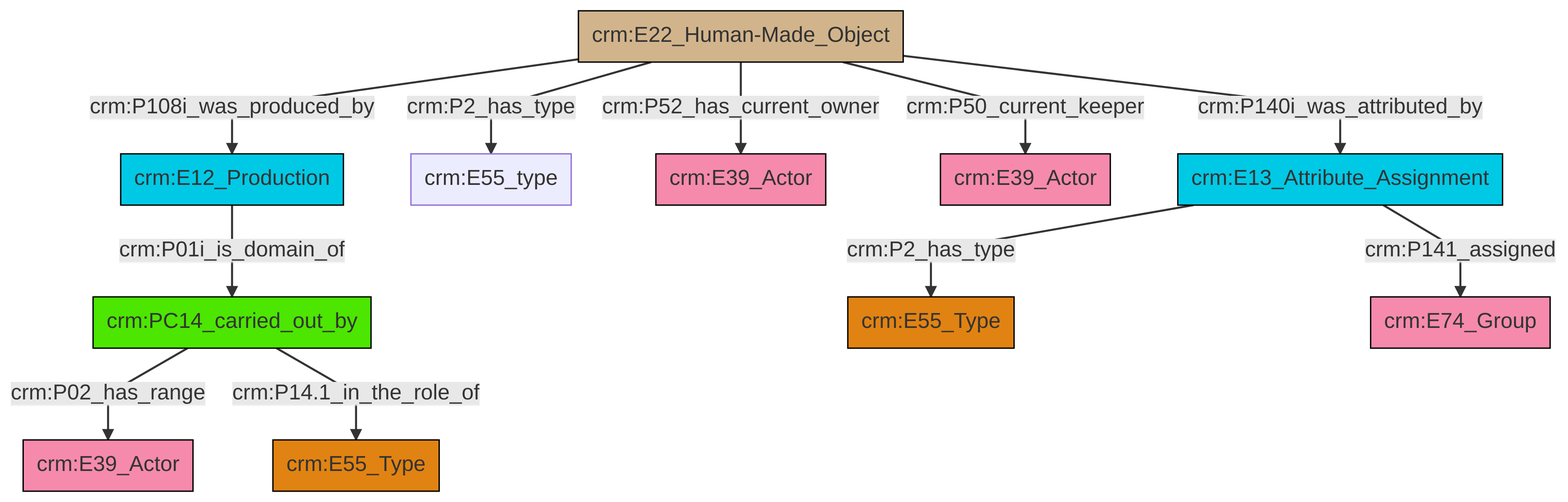
Before: et/artworkCSV/ttl/mmd/png/Artwork_Actor_Relations.png, a diagram exported from Mermaid (swiss-art-research-net/reference-data-models). Its source is kept beside it as et/artworkCSV/ttl/mmd/Artwork_Actor_Relations.ttl.mmd.
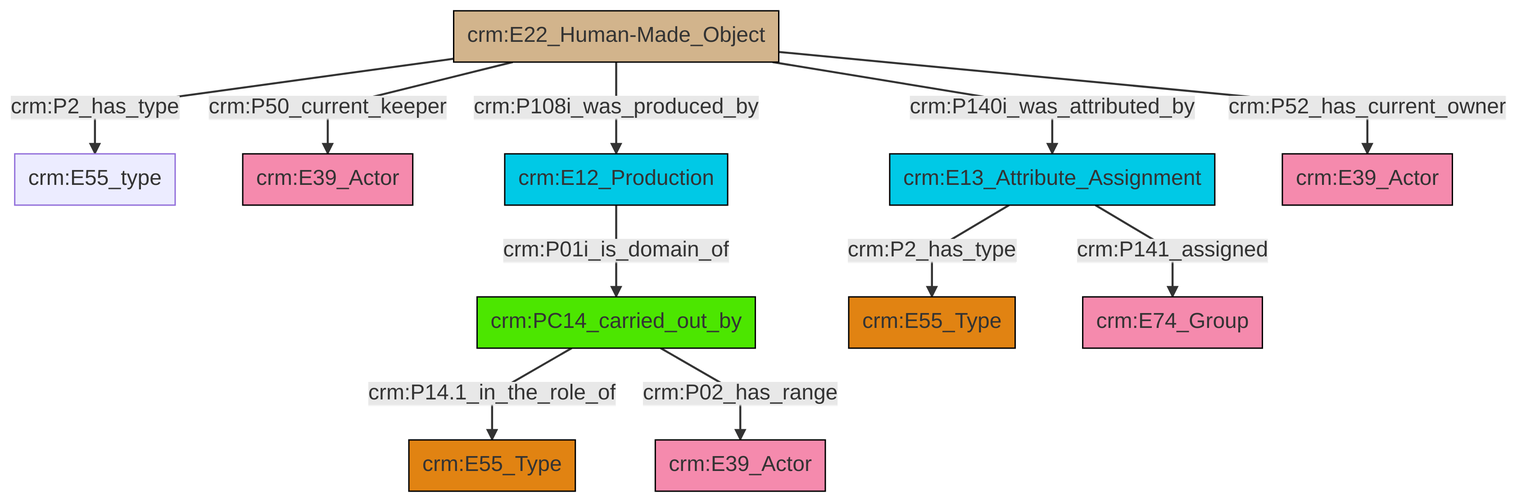
After the commit.

Diff of the diagram source:
```diff
@@ -13,13 +13,13 @@
 classDef PC_Classes fill:#4ce600, stroke:#000000;
 classDef Multi fill:#cccccc,stroke:#000000;
 
-2["crm:E13_Attribute_Assignment"]:::Temporal_Entity -->|crm:P2_has_type| 3["crm:E55_Type"]:::Type
-4["crm:E22_Human-Made_Object"]:::Physical_Thing -->|crm:P108i_was_produced_by| 5["crm:E12_Production"]:::Temporal_Entity
-5["crm:E12_Production"]:::Temporal_Entity -->|crm:P01i_is_domain_of| 10["crm:PC14_carried_out_by"]:::PC_Classes
-4["crm:E22_Human-Made_Object"]:::Physical_Thing -->|crm:P2_has_type| 0["crm:E55_type"]:::Default
-4["crm:E22_Human-Made_Object"]:::Physical_Thing -->|crm:P52_has_current_owner| 14["crm:E39_Actor"]:::Actor
-10["crm:PC14_carried_out_by"]:::PC_Classes -->|crm:P02_has_range| 11["crm:E39_Actor"]:::Actor
-4["crm:E22_Human-Made_Object"]:::Physical_Thing -->|crm:P50_current_keeper| 17["crm:E39_Actor"]:::Actor
-4["crm:E22_Human-Made_Object"]:::Physical_Thing -->|crm:P140i_was_attributed_by| 2["crm:E13_Attribute_Assignment"]:::Temporal_Entity
-10["crm:PC14_carried_out_by"]:::PC_Classes -->|crm:P14.1_in_the_role_of| 7["crm:E55_Type"]:::Type
-2["crm:E13_Attribute_Assignment"]:::Temporal_Entity -->|crm:P141_assigned| 20["crm:E74_Group"]:::Actor
+2["crm:E22_Human-Made_Object"]:::Physical_Thing -->|crm:P50_current_keeper| 3["crm:E39_Actor"]:::Actor
+6["crm:PC14_carried_out_by"]:::PC_Classes -->|crm:P14.1_in_the_role_of| 7["crm:E55_Type"]:::Type
+8["crm:E12_Production"]:::Temporal_Entity -->|crm:P01i_is_domain_of| 6["crm:PC14_carried_out_by"]:::PC_Classes
+2["crm:E22_Human-Made_Object"]:::Physical_Thing -->|crm:P108i_was_produced_by| 8["crm:E12_Production"]:::Temporal_Entity
+2["crm:E22_Human-Made_Object"]:::Physical_Thing -->|crm:P140i_was_attributed_by| 11["crm:E13_Attribute_Assignment"]:::Temporal_Entity
+11["crm:E13_Attribute_Assignment"]:::Temporal_Entity -->|crm:P141_assigned| 19["crm:E74_Group"]:::Actor
+2["crm:E22_Human-Made_Object"]:::Physical_Thing -->|crm:P52_has_current_owner| 17["crm:E39_Actor"]:::Actor
+11["crm:E13_Attribute_Assignment"]:::Temporal_Entity -->|crm:P2_has_type| 15["crm:E55_Type"]:::Type
+2["crm:E22_Human-Made_Object"]:::Physical_Thing -->|crm:P2_has_type| 0["crm:E55_type"]:::Default
+6["crm:PC14_carried_out_by"]:::PC_Classes -->|crm:P02_has_range| 4["crm:E39_Actor"]:::Actor
```
